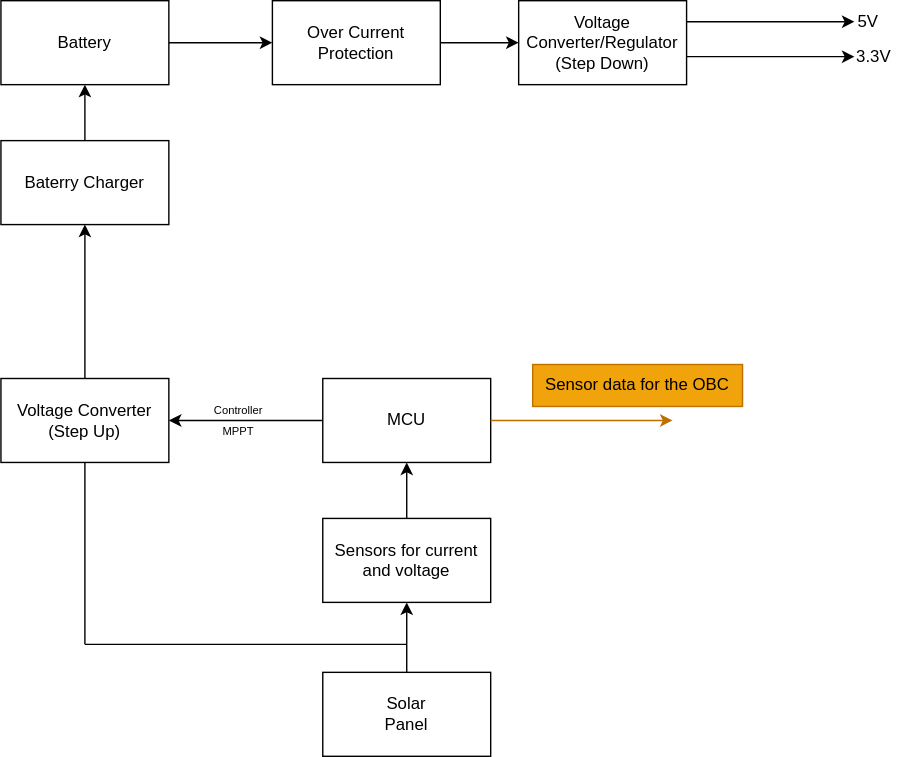
This is EPS DIAGRAMA.drawio.svg from TobiasDecoud/Electrical-Power-System, a draw.io export, as it was before one commit. Source tidied: cells renumbered, new cells last; positions are measured from the earlier drawing's top-left corner, leaving out a move shared by most shapes.
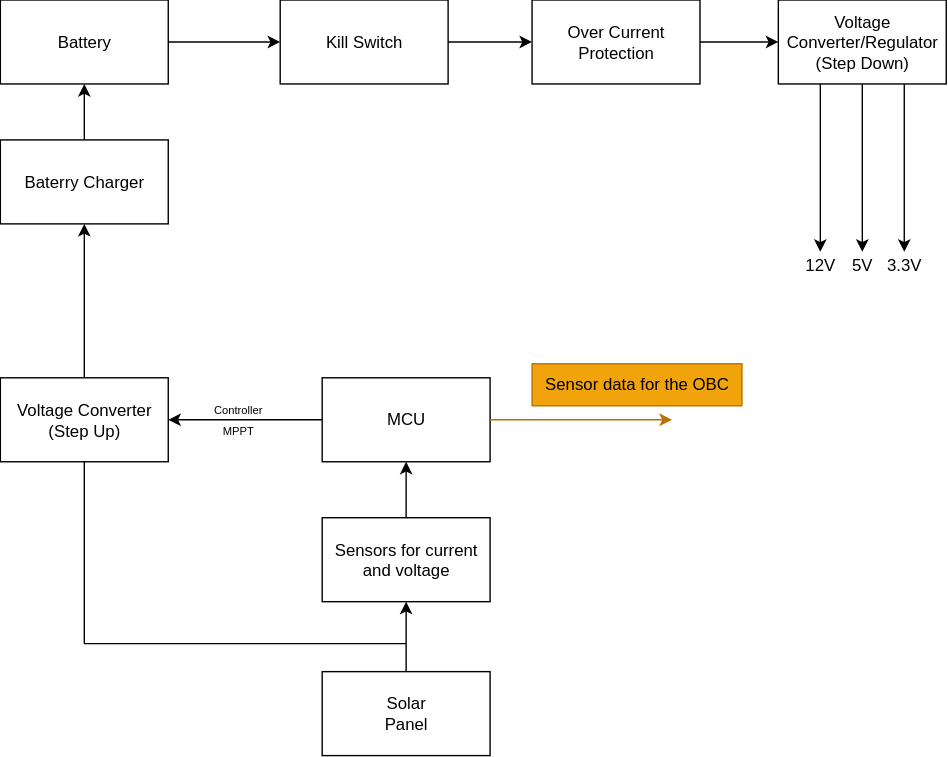
Later version of the same file.

Diff of the diagram source:
```diff
@@ -24,7 +24,7 @@
       <mxGeometry y="270" width="120" height="60" as="geometry" />
     </mxCell>
     <mxCell id="9" value="Over Current Protection" style="rounded=0;whiteSpace=wrap;html=1;fillColor=none;" parent="1" vertex="1">
-      <mxGeometry x="194" width="120" height="60" as="geometry" />
+      <mxGeometry x="380" width="120" height="60" as="geometry" />
     </mxCell>
     <mxCell id="10" style="endArrow=classic;html=1;rounded=0;exitX=0.5;exitY=0;exitDx=0;exitDy=0;entryX=0.5;entryY=1;entryDx=0;entryDy=0;" parent="1" edge="1" source="2" target="4">
       <mxGeometry relative="1" as="geometry" />
@@ -67,30 +67,46 @@
       <mxGeometry x="380" y="260" width="150" height="30" as="geometry" />
     </mxCell>
     <mxCell id="20" value="Voltage Converter/Regulator (Step Down)" style="rounded=0;whiteSpace=wrap;html=1;fillColor=none;" parent="1" vertex="1">
-      <mxGeometry x="370" width="120" height="60" as="geometry" />
+      <mxGeometry x="556" width="120" height="60" as="geometry" />
     </mxCell>
-    <mxCell id="21" style="endArrow=classic;html=1;rounded=0;exitX=1;exitY=0.5;exitDx=0;exitDy=0;entryX=0;entryY=0.5;entryDx=0;entryDy=0;" parent="1" edge="1" source="7" target="9">
+    <mxCell id="21" style="endArrow=classic;html=1;rounded=0;entryX=0;entryY=0.5;entryDx=0;entryDy=0;exitX=1;exitY=0.5;exitDx=0;exitDy=0;" parent="1" edge="1" source="27" target="9">
       <mxGeometry relative="1" as="geometry" />
     </mxCell>
     <mxCell id="22" style="endArrow=classic;html=1;rounded=0;exitX=1;exitY=0.5;exitDx=0;exitDy=0;entryX=0;entryY=0.5;entryDx=0;entryDy=0;" parent="1" edge="1" source="9" target="20">
       <mxGeometry relative="1" as="geometry" />
     </mxCell>
-    <mxCell id="23" style="endArrow=classic;html=1;rounded=0;exitX=1;exitY=0.25;exitDx=0;exitDy=0;" parent="1" edge="1" source="20">
-      <mxGeometry relative="1" as="geometry">
-        <mxPoint x="610" y="15" as="targetPoint" />
-      </mxGeometry>
-    </mxCell>
-    <mxCell id="24" style="endArrow=classic;html=1;rounded=0;exitX=1;exitY=0.25;exitDx=0;exitDy=0;" parent="1" edge="1">
+    <mxCell id="24" style="endArrow=classic;html=1;rounded=0;exitX=0.5;exitY=1;exitDx=0;exitDy=0;" parent="1" edge="1" source="20">
       <mxGeometry relative="1" as="geometry">
-        <mxPoint x="490" y="40" as="sourcePoint" />
-        <mxPoint x="610" y="40" as="targetPoint" />
+        <mxPoint x="616" y="180" as="targetPoint" />
       </mxGeometry>
     </mxCell>
     <mxCell id="25" value="5V" style="text;html=1;whiteSpace=wrap;strokeColor=none;fillColor=none;align=center;verticalAlign=middle;rounded=0;" parent="1" vertex="1">
-      <mxGeometry x="590" width="60" height="30" as="geometry" />
+      <mxGeometry x="586" y="175" width="60" height="30" as="geometry" />
     </mxCell>
+    <mxCell id="27" value="Kill Switch" style="rounded=0;whiteSpace=wrap;html=1;fillColor=none;" parent="1" vertex="1">
+      <mxGeometry x="200" width="120" height="60" as="geometry" />
+    </mxCell>
+    <mxCell id="28" style="endArrow=classic;html=1;rounded=0;entryX=0;entryY=0.5;entryDx=0;entryDy=0;exitX=1;exitY=0.5;exitDx=0;exitDy=0;" parent="1" edge="1" target="27">
+      <mxGeometry relative="1" as="geometry">
+        <mxPoint x="120" y="30" as="sourcePoint" />
+      </mxGeometry>
+    </mxCell>
+    <mxCell id="29" style="endArrow=classic;html=1;rounded=0;exitX=0.75;exitY=1;exitDx=0;exitDy=0;" parent="1" edge="1" source="20">
+      <mxGeometry relative="1" as="geometry">
+        <mxPoint x="646" y="180" as="targetPoint" />
+      </mxGeometry>
+    </mxCell>
     <mxCell id="26" value="3.3V" style="text;html=1;whiteSpace=wrap;strokeColor=none;fillColor=none;align=center;verticalAlign=middle;rounded=0;" parent="1" vertex="1">
-      <mxGeometry x="594" y="25" width="60" height="30" as="geometry" />
+      <mxGeometry x="616" y="175" width="60" height="30" as="geometry" />
     </mxCell>
+    <mxCell id="30" style="endArrow=classic;html=1;rounded=0;exitX=0.5;exitY=1;exitDx=0;exitDy=0;" parent="1" edge="1">
+      <mxGeometry relative="1" as="geometry">
+        <mxPoint x="586" y="60" as="sourcePoint" />
+        <mxPoint x="586" y="180" as="targetPoint" />
+      </mxGeometry>
+    </mxCell>
+    <mxCell id="31" value="12V" style="text;html=1;whiteSpace=wrap;strokeColor=none;fillColor=none;align=center;verticalAlign=middle;rounded=0;" parent="1" vertex="1">
+      <mxGeometry x="556" y="175" width="60" height="30" as="geometry" />
+    </mxCell>
   </root>
 </mxGraphModel>
```
